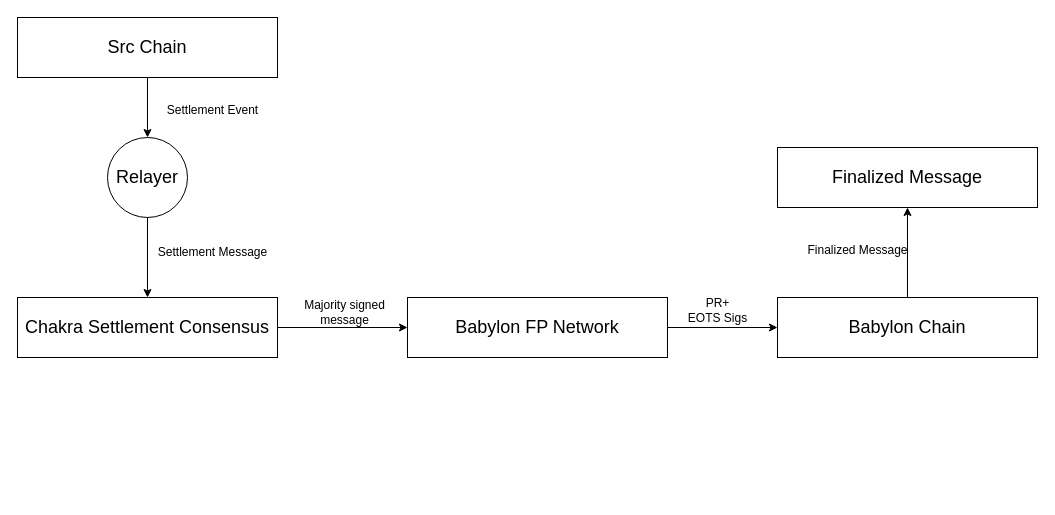
cynic-1/Graphs keeps this draw.io diagram as chakra_settlement_Babylon.drawio. Above is the earlier version. Source tidied: cells renumbered, new cells numbered last; positions are measured from the earlier drawing's top-left corner, leaving out a move shared by most shapes. Both pictures are drawn from the tidied source at 100%, with x=0, y=0 at pixel (17, 17).
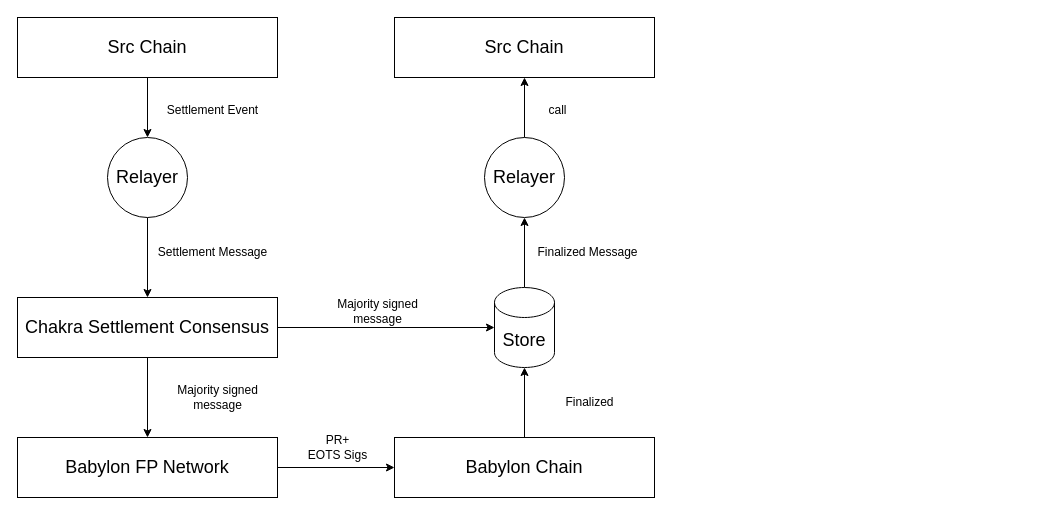
After the change.

Unchanged cells that the change refers to:
```xml
<mxCell id="5" value="&lt;font style=&quot;font-size: 18px;&quot;&gt;Chakra Settlement Consensus&lt;/font&gt;" style="rounded=0;whiteSpace=wrap;html=1;" parent="1" vertex="1">
  <mxGeometry y="280" width="260" height="60" as="geometry" />
</mxCell>
```

What changed in the source:
```diff
@@
-    <mxCell id="4" style="edgeStyle=orthogonalEdgeStyle;rounded=0;jettySize=auto;html=1;entryX=0;entryY=0.5;entryDx=0;entryDy=0;" parent="1" edge="1" source="5" target="11">
+    <mxCell id="4" style="edgeStyle=orthogonalEdgeStyle;rounded=0;jettySize=auto;html=1;" parent="1" edge="1" source="5" target="11">
       <mxGeometry relative="1" as="geometry" />
     </mxCell>
@@
     <mxCell id="11" value="&lt;font style=&quot;font-size: 18px;&quot;&gt;Babylon FP Network&lt;/font&gt;" style="rounded=0;whiteSpace=wrap;html=1;" parent="1" vertex="1">
-      <mxGeometry x="390" y="280" width="260" height="60" as="geometry" />
+      <mxGeometry y="420" width="260" height="60" as="geometry" />
     </mxCell>
-    <mxCell id="12" style="edgeStyle=orthogonalEdgeStyle;rounded=0;jettySize=auto;html=1;" parent="1" edge="1" source="13" target="16">
-      <mxGeometry relative="1" as="geometry" />
-    </mxCell>
+    <mxCell id="18" style="edgeStyle=orthogonalEdgeStyle;rounded=0;jettySize=auto;html=1;" parent="1" edge="1" source="13" target="20">
+      <mxGeometry relative="1" as="geometry" />
+    </mxCell>
     <mxCell id="13" value="&lt;font style=&quot;font-size: 18px;&quot;&gt;Babylon Chain&lt;/font&gt;" style="rounded=0;whiteSpace=wrap;html=1;" parent="1" vertex="1">
-      <mxGeometry x="760" y="280" width="260" height="60" as="geometry" />
+      <mxGeometry x="377" y="420" width="260" height="60" as="geometry" />
     </mxCell>
     <mxCell id="14" value="Majority signed &lt;br&gt;message" style="text;html=1;align=center;verticalAlign=middle;strokeColor=none;fillColor=none;" parent="1" vertex="1">
-      <mxGeometry x="277" y="275" width="100" height="40" as="geometry" />
+      <mxGeometry x="150" y="360" width="100" height="40" as="geometry" />
     </mxCell>
     <mxCell id="15" value="PR+&lt;br&gt;EOTS Sigs" style="text;html=1;align=center;verticalAlign=middle;strokeColor=none;fillColor=none;" parent="1" vertex="1">
-      <mxGeometry x="660" y="273" width="80" height="40" as="geometry" />
+      <mxGeometry x="280" y="410" width="80" height="40" as="geometry" />
     </mxCell>
+    <mxCell id="17" value="Finalized" style="text;html=1;align=center;verticalAlign=middle;strokeColor=none;fillColor=none;" parent="1" vertex="1">
+      <mxGeometry x="537" y="370" width="70" height="30" as="geometry" />
+    </mxCell>
+    <mxCell id="19" style="edgeStyle=orthogonalEdgeStyle;rounded=0;jettySize=auto;html=1;entryX=0.5;entryY=1;entryDx=0;entryDy=0;" parent="1" edge="1" source="20" target="23">
+      <mxGeometry relative="1" as="geometry" />
+    </mxCell>
+    <mxCell id="20" value="&lt;font style=&quot;font-size: 18px;&quot;&gt;Store&lt;/font&gt;" style="shape=cylinder3;whiteSpace=wrap;html=1;boundedLbl=1;backgroundOutline=1;size=15;" parent="1" vertex="1">
+      <mxGeometry x="477" y="270" width="60" height="80" as="geometry" />
+    </mxCell>
+    <mxCell id="21" value="&lt;font style=&quot;font-size: 18px;&quot;&gt;Src Chain&lt;/font&gt;" style="rounded=0;whiteSpace=wrap;html=1;" parent="1" vertex="1">
+      <mxGeometry x="377" width="260" height="60" as="geometry" />
+    </mxCell>
+    <mxCell id="22" style="edgeStyle=orthogonalEdgeStyle;rounded=0;jettySize=auto;html=1;entryX=0.5;entryY=1;entryDx=0;entryDy=0;" parent="1" edge="1" source="23" target="21">
+      <mxGeometry relative="1" as="geometry" />
+    </mxCell>
+    <mxCell id="23" value="&lt;font style=&quot;font-size: 18px;&quot;&gt;Relayer&lt;/font&gt;" style="ellipse;whiteSpace=wrap;html=1;" parent="1" vertex="1">
+      <mxGeometry x="467" y="120" width="80" height="80" as="geometry" />
+    </mxCell>
-    <mxCell id="16" value="&lt;font style=&quot;font-size: 18px;&quot;&gt;Finalized Message&lt;/font&gt;" style="rounded=0;whiteSpace=wrap;html=1;" parent="1" vertex="1">
-      <mxGeometry x="760" y="130" width="260" height="60" as="geometry" />
+    <mxCell id="16" value="Finalized Message" style="text;html=1;align=center;verticalAlign=middle;points=[];strokeColor=none;fillColor=none;" parent="1" vertex="1">
+      <mxGeometry x="510" y="220" width="120" height="30" as="geometry" />
     </mxCell>
-    <mxCell id="17" value="Finalized Message" style="text;html=1;align=center;verticalAlign=middle;strokeColor=none;fillColor=none;" parent="1" vertex="1">
-      <mxGeometry x="780" y="218" width="120" height="30" as="geometry" />
-    </mxCell>
+    <mxCell id="24" value="call" style="text;html=1;align=center;verticalAlign=middle;strokeColor=none;fillColor=none;" parent="1" vertex="1">
+      <mxGeometry x="520" y="78" width="40" height="30" as="geometry" />
+    </mxCell>
+    <mxCell id="25" style="edgeStyle=orthogonalEdgeStyle;rounded=0;jettySize=auto;html=1;entryX=0;entryY=0.5;entryDx=0;entryDy=0;entryPerimeter=0;" parent="1" edge="1" source="5" target="20">
+      <mxGeometry relative="1" as="geometry" />
+    </mxCell>
+    <mxCell id="26" value="Majority signed &lt;br&gt;message" style="text;html=1;align=center;verticalAlign=middle;strokeColor=none;fillColor=none;" parent="1" vertex="1">
+      <mxGeometry x="310" y="274" width="100" height="40" as="geometry" />
+    </mxCell>
```
